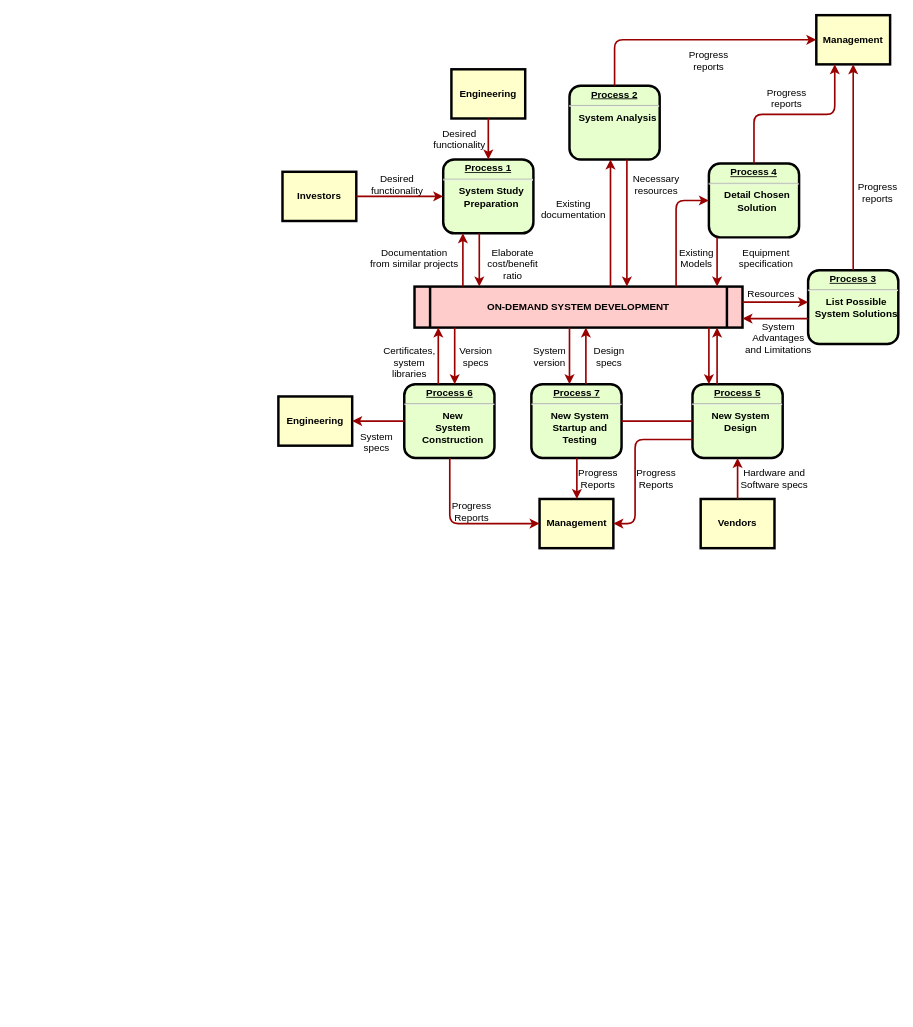
The draw.io diagram 未命名绘图.drawio in fanfan520-debug/MyDawn, before the edit. Source tidied: cells renumbered, new cells numbered last; positions are measured from the earlier drawing's top-left corner, leaving out a move shared by most shapes. Both pictures are drawn from the tidied source at 82%, with x=0, y=0 at pixel (278, 15). Pictures stored in the file or linked from it are replaced by grey dashed boxes.
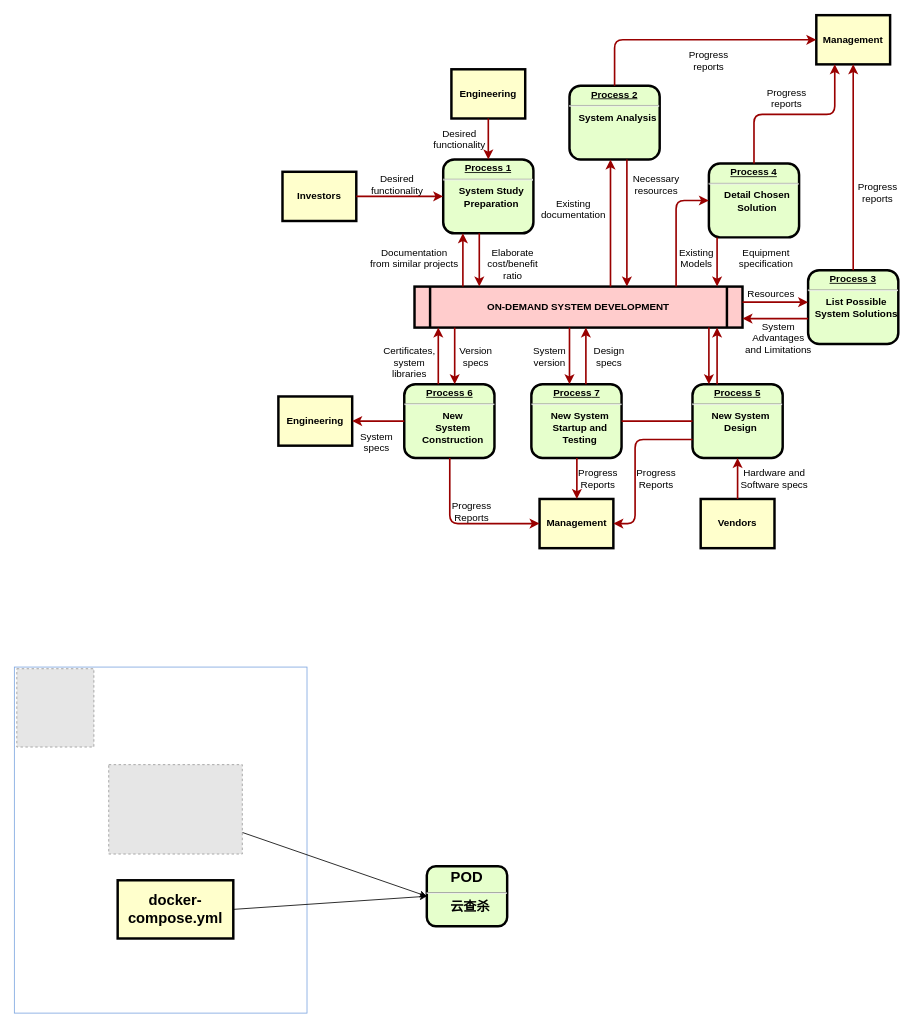
The same page after the edit.

Diff of the diagram source:
```diff
@@
+    <mxCell id="63" style="rounded=0;whiteSpace=wrap;html=1;strokeColor=#7EA6E0;" parent="1" vertex="1">
+      <mxGeometry x="-322" y="795" width="356.9" height="422" as="geometry" />
+    </mxCell>
@@
+    <mxCell id="64" value="&lt;p style=&quot;margin: 4px 0px 0px; text-align: center;&quot;&gt;&lt;strong style=&quot;&quot;&gt;&lt;font style=&quot;font-size: 18px;&quot;&gt;POD&lt;/font&gt;&lt;/strong&gt;&lt;/p&gt;&lt;hr&gt;&lt;p style=&quot;margin: 0px; margin-left: 8px;&quot;&gt;&lt;font size=&quot;3&quot;&gt;云查杀&lt;/font&gt;&lt;/p&gt;" style="verticalAlign=middle;align=center;overflow=fill;fontSize=12;fontFamily=Helvetica;html=1;rounded=1;fontStyle=1;strokeWidth=3;fillColor=#E6FFCC;" parent="1" vertex="1">
+      <mxGeometry x="181" y="1038" width="98" height="73" as="geometry" />
+    </mxCell>
+    <mxCell id="65" style="rounded=0;jettySize=auto;html=1;exitX=1;exitY=0.5;exitDx=0;exitDy=0;entryX=0;entryY=0.5;entryDx=0;entryDy=0;" parent="1" edge="1" source="66" target="64">
+      <mxGeometry relative="1" as="geometry" />
+    </mxCell>
+    <mxCell id="66" value="docker-compose.yml" style="whiteSpace=wrap;align=center;verticalAlign=middle;fontStyle=1;strokeWidth=3;fillColor=#FFFFCC;fontSize=18;" parent="1" vertex="1">
+      <mxGeometry x="-196" y="1055" width="141" height="71" as="geometry" />
+    </mxCell>
+    <mxCell id="67" style="rounded=0;jettySize=auto;html=1;entryX=0;entryY=0.5;entryDx=0;entryDy=0;" parent="1" edge="1" source="68" target="64">
+      <mxGeometry relative="1" as="geometry" />
+    </mxCell>
+    <mxCell id="68" style="fillColor=#E6E6E6;strokeColor=#999999;dashed=1;verticalLabelPosition=bottom;labelBackgroundColor=default;verticalAlign=top;" parent="1" vertex="1">
+      <mxGeometry x="-206.9" y="914" width="162.9" height="109" as="geometry" />
+    </mxCell>
+    <mxCell id="69" style="fillColor=#E6E6E6;strokeColor=#999999;dashed=1;verticalLabelPosition=bottom;labelBackgroundColor=default;verticalAlign=top;" parent="1" vertex="1">
+      <mxGeometry x="-319" y="797" width="94" height="95.5" as="geometry" />
+    </mxCell>
```
